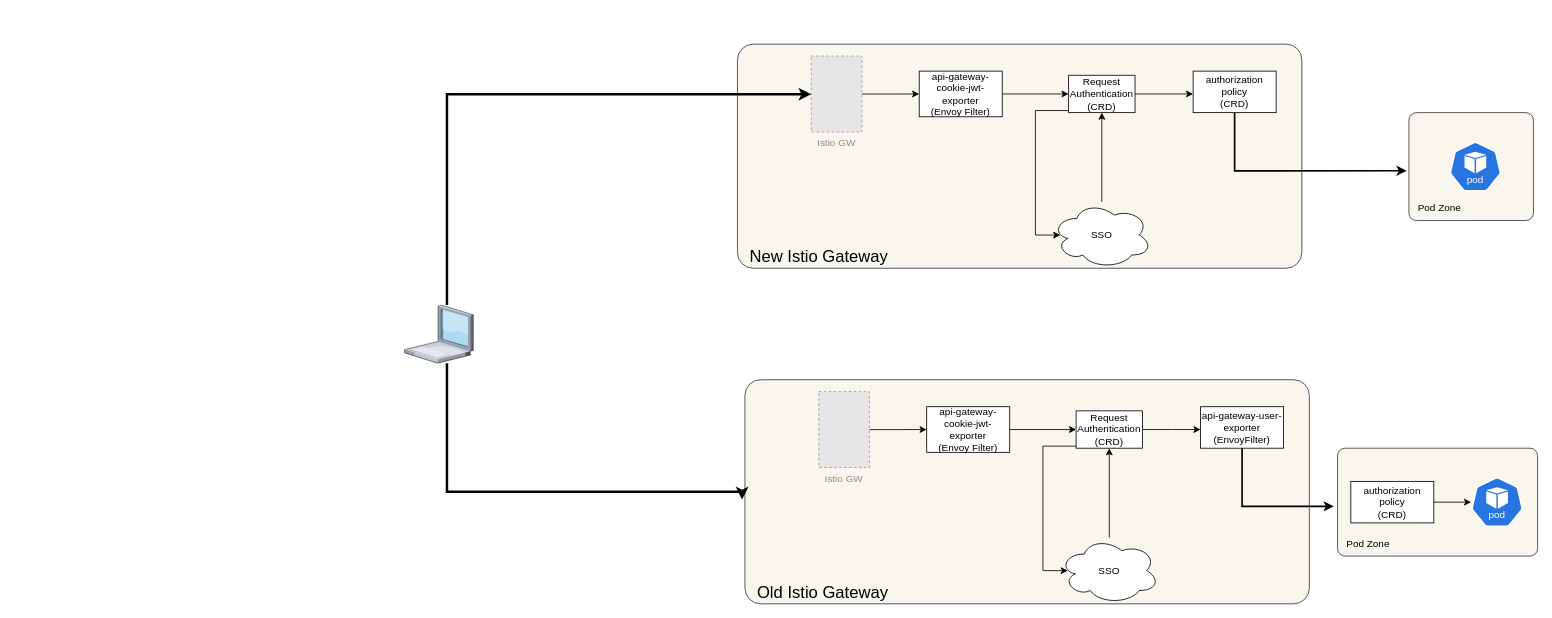
Macstar-hub/translator keeps this draw.io diagram as allImages.dir/istio authorization policy and request authentication-approach-1.drawio. Above is the earlier version. Source tidied: cells renumbered, new cells numbered last; positions are measured from the earlier drawing's top-left corner, leaving out a move shared by most shapes. Both pictures are drawn from the tidied source at 83%, with x=0, y=0 at pixel (14, 14). Pictures stored in the file or linked from it are replaced by grey dashed boxes.
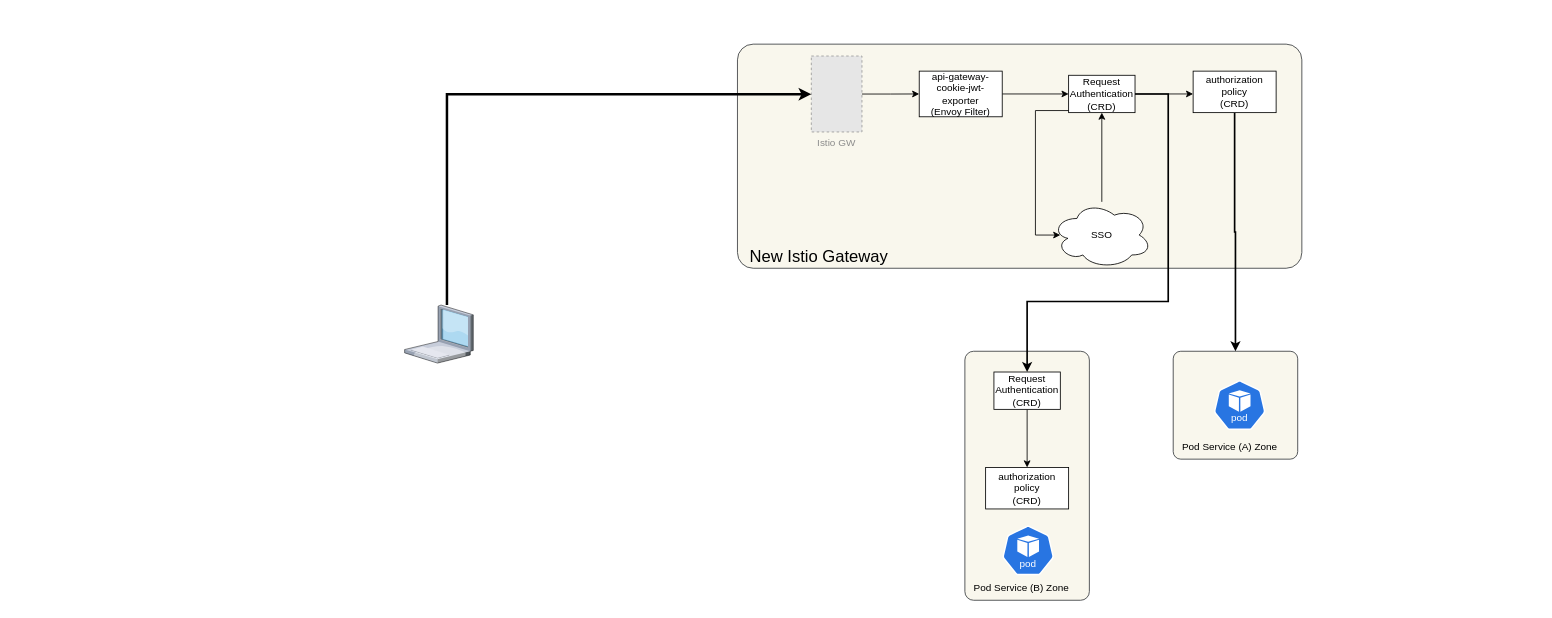
After the change.

Commit message:
Update istio authorization policy and request authentication-approach-partially-proxy.drawio

The change refers to these unchanged cells:
```xml
<mxCell id="7" style="verticalLabelPosition=bottom;sketch=0;html=1;verticalAlign=top;strokeColor=#143D15;align=center;outlineConnect=0;shape=mxgraph.citrix.laptop_1;fillColor=#ffcc99;gradientColor=none;" parent="1" vertex="1">
  <mxGeometry x="470" y="350" width="82.7" height="70" as="geometry" />
</mxCell>
<mxCell id="9" value="&lt;div&gt;Request Authentication&lt;br&gt;(CRD)&lt;br&gt;&lt;/div&gt;" style="rounded=0;whiteSpace=wrap;html=1;" parent="1" vertex="1">
  <mxGeometry x="1270" y="73.2" width="80" height="45" as="geometry" />
</mxCell>
<mxCell id="17" value="authorization policy&lt;br&gt;(CRD)" style="rounded=0;whiteSpace=wrap;html=1;" parent="1" vertex="1">
  <mxGeometry x="1420" y="68.2" width="100" height="50" as="geometry" />
</mxCell>
```

Diff of the diagram source:
```diff
@@
+    <mxCell id="40" style="rounded=1;whiteSpace=wrap;html=1;fillColor=#f9f7ed;strokeColor=#36393d;arcSize=7;" parent="1" vertex="1">
+      <mxGeometry x="1145" y="405.7" width="150" height="300" as="geometry" />
+    </mxCell>
     <mxCell id="2" style="rounded=1;whiteSpace=wrap;html=1;fillColor=#f9f7ed;strokeColor=#36393d;arcSize=7;" parent="1" vertex="1">
-      <mxGeometry x="1680" y="118.2" width="150" height="130" as="geometry" />
+      <mxGeometry x="1396" y="405.7" width="150" height="130" as="geometry" />
     </mxCell>
@@
+    <mxCell id="41" style="edgeStyle=orthogonalEdgeStyle;rounded=0;jettySize=auto;html=1;strokeWidth=2;" parent="1" edge="1" source="9" target="25">
+      <mxGeometry relative="1" as="geometry">
+        <Array as="points">
+          <mxPoint x="1390" y="95.7" />
+          <mxPoint x="1390" y="345.7" />
+          <mxPoint x="1220" y="345.7" />
+        </Array>
+      </mxGeometry>
+    </mxCell>
@@
     <mxCell id="13" style="sketch=0;html=1;dashed=0;whitespace=wrap;verticalLabelPosition=bottom;verticalAlign=top;fillColor=#2875E2;strokeColor=#ffffff;shape=mxgraph.kubernetes.icon2;kubernetesLabel=1;prIcon=pod;" parent="1" vertex="1">
-      <mxGeometry x="1728.8" y="153.2" width="62.5" height="60" as="geometry" />
+      <mxGeometry x="1444.8" y="440.7" width="62.5" height="60" as="geometry" />
     </mxCell>
@@
+    <mxCell id="19" style="edgeStyle=orthogonalEdgeStyle;rounded=0;jettySize=auto;html=1;strokeWidth=2;" parent="1" edge="1" source="17" target="2">
+      <mxGeometry relative="1" as="geometry" />
+    </mxCell>
@@
-    <mxCell id="18" value="&lt;div&gt;Pod Zone&lt;/div&gt;" style="text;strokeColor=none;fillColor=none;align=left;verticalAlign=middle;spacingLeft=4;spacingRight=4;overflow=hidden;whiteSpace=wrap;html=1;" parent="1" vertex="1">
-      <mxGeometry x="1685" y="218.2" width="150" height="30" as="geometry" />
+    <mxCell id="18" value="&lt;div&gt;Pod Service (A) Zone&lt;/div&gt;" style="text;strokeColor=none;fillColor=none;align=left;verticalAlign=middle;spacingLeft=4;spacingRight=4;overflow=hidden;whiteSpace=wrap;html=1;" parent="1" vertex="1">
+      <mxGeometry x="1401" y="505.7" width="150" height="30" as="geometry" />
     </mxCell>
-    <mxCell id="19" style="edgeStyle=orthogonalEdgeStyle;rounded=0;jettySize=auto;html=1;entryX=-0.019;entryY=0.539;entryDx=0;entryDy=0;entryPerimeter=0;strokeWidth=2;" parent="1" edge="1" source="17" target="2">
-      <mxGeometry relative="1" as="geometry">
-        <Array as="points">
-          <mxPoint x="1470" y="188" />
-        </Array>
-      </mxGeometry>
-    </mxCell>
-    <mxCell id="20" style="rounded=1;whiteSpace=wrap;html=1;fillColor=#f9f7ed;strokeColor=#36393d;arcSize=7;" parent="1" vertex="1">
-      <mxGeometry x="1594" y="522.5" width="241" height="130" as="geometry" />
-    </mxCell>
-    <mxCell id="21" style="rounded=1;whiteSpace=wrap;html=1;fillColor=#f9f7ed;strokeColor=#36393d;arcSize=7;" parent="1" vertex="1">
-      <mxGeometry x="880" y="440" width="680" height="270" as="geometry" />
-    </mxCell>
-    <mxCell id="22" style="edgeStyle=orthogonalEdgeStyle;rounded=0;jettySize=auto;html=1;entryX=0;entryY=0.5;entryDx=0;entryDy=0;" parent="1" edge="1" source="23" target="31">
-      <mxGeometry relative="1" as="geometry" />
-    </mxCell>
-    <mxCell id="23" value="Istio GW" style="fillColor=#E6E6E6;strokeColor=#999999;dashed=1;verticalLabelPosition=bottom;labelBackgroundColor=none;verticalAlign=top;fontColor=#8C8C8C;" parent="1" vertex="1">
-      <mxGeometry x="969" y="454.3" width="61" height="91.5" as="geometry" />
-    </mxCell>
-    <mxCell id="24" style="edgeStyle=orthogonalEdgeStyle;rounded=0;jettySize=auto;html=1;" parent="1" edge="1" source="25">
-      <mxGeometry relative="1" as="geometry">
-        <mxPoint x="1429" y="500" as="targetPoint" />
-      </mxGeometry>
-    </mxCell>
+    <mxCell id="39" value="&amp;nbsp;" style="text;whiteSpace=wrap;html=1;" parent="1" vertex="1">
+      <mxGeometry x="580" y="35.7" width="40" height="40" as="geometry" />
+    </mxCell>
+    <mxCell id="42" style="sketch=0;html=1;dashed=0;whitespace=wrap;verticalLabelPosition=bottom;verticalAlign=top;fillColor=#2875E2;strokeColor=#ffffff;shape=mxgraph.kubernetes.icon2;kubernetesLabel=1;prIcon=pod;" parent="1" vertex="1">
+      <mxGeometry x="1190" y="615.7" width="62.5" height="60" as="geometry" />
+    </mxCell>
+    <mxCell id="43" value="&lt;div&gt;Pod Service (B) Zone&lt;/div&gt;" style="text;strokeColor=none;fillColor=none;align=left;verticalAlign=middle;spacingLeft=4;spacingRight=4;overflow=hidden;whiteSpace=wrap;html=1;" parent="1" vertex="1">
+      <mxGeometry x="1150" y="675.7" width="150" height="30" as="geometry" />
+    </mxCell>
+    <mxCell id="44" style="edgeStyle=orthogonalEdgeStyle;rounded=0;jettySize=auto;html=1;entryX=0.5;entryY=0;entryDx=0;entryDy=0;" parent="1" edge="1" source="25" target="37">
+      <mxGeometry relative="1" as="geometry" />
+    </mxCell>
     <mxCell id="25" value="&lt;div&gt;Request Authentication&lt;br&gt;(CRD)&lt;br&gt;&lt;/div&gt;" style="rounded=0;whiteSpace=wrap;html=1;" parent="1" vertex="1">
-      <mxGeometry x="1279" y="477.5" width="80" height="45" as="geometry" />
+      <mxGeometry x="1180" y="430.7" width="80" height="45" as="geometry" />
     </mxCell>
-    <mxCell id="26" style="edgeStyle=orthogonalEdgeStyle;rounded=0;jettySize=auto;html=1;entryX=0.5;entryY=1;entryDx=0;entryDy=0;" parent="1" edge="1" source="27" target="25">
-      <mxGeometry relative="1" as="geometry" />
-    </mxCell>
-    <mxCell id="27" value="&lt;div&gt;SSO&lt;/div&gt;" style="ellipse;shape=cloud;whiteSpace=wrap;html=1;" parent="1" vertex="1">
-      <mxGeometry x="1259" y="630" width="120" height="80" as="geometry" />
-    </mxCell>
-    <mxCell id="28" value="&lt;font style=&quot;font-size: 20px;&quot;&gt;Old Istio Gateway&lt;/font&gt;" style="text;strokeColor=none;fillColor=none;align=left;verticalAlign=middle;spacingLeft=4;spacingRight=4;overflow=hidden;whiteSpace=wrap;html=1;" parent="1" vertex="1">
-      <mxGeometry x="889" y="680" width="190" height="30" as="geometry" />
-    </mxCell>
-    <mxCell id="29" style="sketch=0;html=1;dashed=0;whitespace=wrap;verticalLabelPosition=bottom;verticalAlign=top;fillColor=#2875E2;strokeColor=#ffffff;points=[[0.005,0.63,0],[0.1,0.2,0],[0.9,0.2,0],[0.5,0,0],[0.995,0.63,0],[0.72,0.99,0],[0.5,1,0],[0.28,0.99,0]];shape=mxgraph.kubernetes.icon2;kubernetesLabel=1;prIcon=pod;" parent="1" vertex="1">
-      <mxGeometry x="1755" y="557.5" width="62.5" height="60" as="geometry" />
-    </mxCell>
-    <mxCell id="30" style="edgeStyle=orthogonalEdgeStyle;rounded=0;jettySize=auto;html=1;entryX=0;entryY=0.5;entryDx=0;entryDy=0;" parent="1" edge="1" source="31" target="25">
-      <mxGeometry relative="1" as="geometry" />
-    </mxCell>
-    <mxCell id="31" value="api-gateway-cookie-jwt-exporter &lt;br&gt;&lt;div&gt;(Envoy Filter)&lt;/div&gt;" style="rounded=0;whiteSpace=wrap;html=1;" parent="1" vertex="1">
-      <mxGeometry x="1099" y="472.5" width="100" height="55" as="geometry" />
-    </mxCell>
-    <mxCell id="32" style="edgeStyle=orthogonalEdgeStyle;rounded=0;jettySize=auto;html=1;entryX=0.083;entryY=0.5;entryDx=0;entryDy=0;entryPerimeter=0;" parent="1" edge="1" source="25" target="27">
-      <mxGeometry relative="1" as="geometry">
-        <Array as="points">
-          <mxPoint x="1239" y="520" />
-          <mxPoint x="1239" y="670" />
-        </Array>
-      </mxGeometry>
-    </mxCell>
-    <mxCell id="33" value="api-gateway-user-exporter&lt;br&gt;(EnvoyFilter)" style="rounded=0;whiteSpace=wrap;html=1;" parent="1" vertex="1">
-      <mxGeometry x="1429" y="472.5" width="100" height="50" as="geometry" />
-    </mxCell>
-    <mxCell id="34" value="&lt;div&gt;Pod Zone&lt;/div&gt;" style="text;strokeColor=none;fillColor=none;align=left;verticalAlign=middle;spacingLeft=4;spacingRight=4;overflow=hidden;whiteSpace=wrap;html=1;" parent="1" vertex="1">
-      <mxGeometry x="1599" y="622.5" width="150" height="30" as="geometry" />
-    </mxCell>
-    <mxCell id="35" style="edgeStyle=orthogonalEdgeStyle;rounded=0;jettySize=auto;html=1;entryX=-0.019;entryY=0.539;entryDx=0;entryDy=0;entryPerimeter=0;strokeWidth=2;" parent="1" edge="1" source="33" target="20">
-      <mxGeometry relative="1" as="geometry">
-        <Array as="points">
-          <mxPoint x="1479" y="592.3" />
-        </Array>
-      </mxGeometry>
-    </mxCell>
-    <mxCell id="36" style="edgeStyle=orthogonalEdgeStyle;rounded=0;jettySize=auto;html=1;" parent="1" edge="1" source="37" target="29">
-      <mxGeometry relative="1" as="geometry" />
-    </mxCell>
     <mxCell id="37" value="authorization policy&lt;br&gt;(CRD)" style="rounded=0;whiteSpace=wrap;html=1;" parent="1" vertex="1">
-      <mxGeometry x="1610" y="562.5" width="100" height="50" as="geometry" />
+      <mxGeometry x="1170" y="545.7" width="100" height="50" as="geometry" />
     </mxCell>
-    <mxCell id="38" style="edgeStyle=orthogonalEdgeStyle;rounded=0;jettySize=auto;html=1;entryX=-0.005;entryY=0.535;entryDx=0;entryDy=0;entryPerimeter=0;strokeWidth=3;" parent="1" edge="1" source="7" target="21">
-      <mxGeometry relative="1" as="geometry">
-        <Array as="points">
-          <mxPoint x="521" y="575" />
-          <mxPoint x="877" y="575" />
-        </Array>
-      </mxGeometry>
-    </mxCell>
-    <mxCell id="39" value="&amp;nbsp;" style="text;whiteSpace=wrap;html=1;" parent="1" vertex="1">
-      <mxGeometry width="40" height="40" as="geometry" />
-    </mxCell>
```
